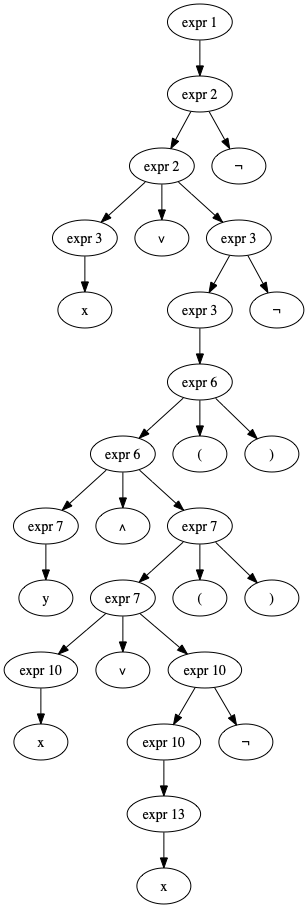
Above: Digraph.gv.png in jotagarciaz/representacion-del-conocimiento (Graphviz), before the change. Its source is kept beside it as Digraph.gv.
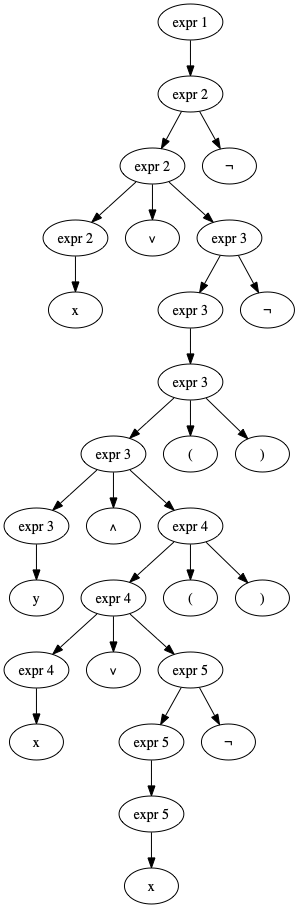
Above is the later version.

What changed in the source:
```diff
@@ -6,7 +6,7 @@
 	"superior 2" -> "not 2"
 	"superior 2" -> "expr 2"
 	"expr 1" -> "superior 2"
-	"expr 3" [label="expr 3"]
+	"expr 3" [label="expr 2"]
 	"const 3" [label=x]
 	"expr 3" -> "const 3"
 	"expr 2" -> "expr 3"
@@ -18,37 +18,37 @@
 	"superior 5" -> "not 5"
 	"superior 5" -> "expr 5"
 	"expr 2" -> "superior 5"
-	"superior 6" [label="expr 6"]
-	"expr 6" [label="expr 6"]
+	"superior 6" [label="expr 3"]
+	"expr 6" [label="expr 3"]
 	"lparen 6" [label="("]
 	"superior 6" -> "lparen 6"
 	"superior 6" -> "expr 6"
 	"expr 5" -> "superior 6"
-	"expr 7" [label="expr 7"]
+	"expr 7" [label="expr 3"]
 	"const 7" [label=y]
 	"expr 7" -> "const 7"
 	"expr 6" -> "expr 7"
 	"op 8" [label="∧"]
 	"expr 6" -> "op 8"
-	"superior 9" [label="expr 7"]
-	"expr 9" [label="expr 7"]
+	"superior 9" [label="expr 4"]
+	"expr 9" [label="expr 4"]
 	"lparen 9" [label="("]
 	"superior 9" -> "lparen 9"
 	"superior 9" -> "expr 9"
 	"expr 6" -> "superior 9"
-	"expr 10" [label="expr 10"]
+	"expr 10" [label="expr 4"]
 	"const 10" [label=x]
 	"expr 10" -> "const 10"
 	"expr 9" -> "expr 10"
 	"op 11" [label="∨"]
 	"expr 9" -> "op 11"
-	"superior 12" [label="expr 10"]
-	"expr 12" [label="expr 10"]
+	"superior 12" [label="expr 5"]
+	"expr 12" [label="expr 5"]
 	"not 12" [label="¬"]
 	"superior 12" -> "not 12"
 	"superior 12" -> "expr 12"
 	"expr 9" -> "superior 12"
-	"expr 13" [label="expr 13"]
+	"expr 13" [label="expr 5"]
 	"const 13" [label=x]
 	"expr 13" -> "const 13"
 	"expr 12" -> "expr 13"
```
